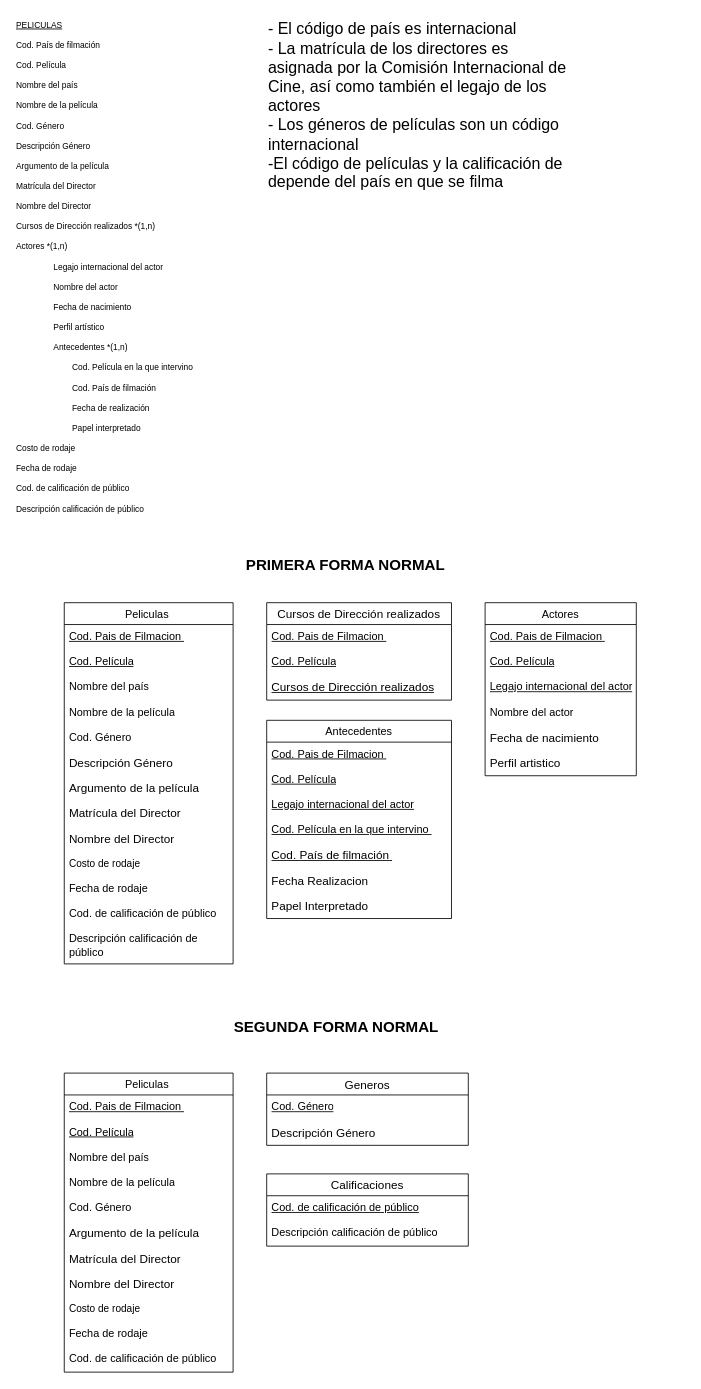
Above: DiagrapaPeliculas.drawio in Jose-AA/TP-PELICULAS-BASE-DE-DATOS (draw.io), before the change. Source tidied: cells renumbered, new cells numbered last; positions are measured from the earlier drawing's top-left corner, leaving out a move shared by most shapes. Both pictures are drawn from the tidied source at 84%, with x=0, y=0 at pixel (14, 14).
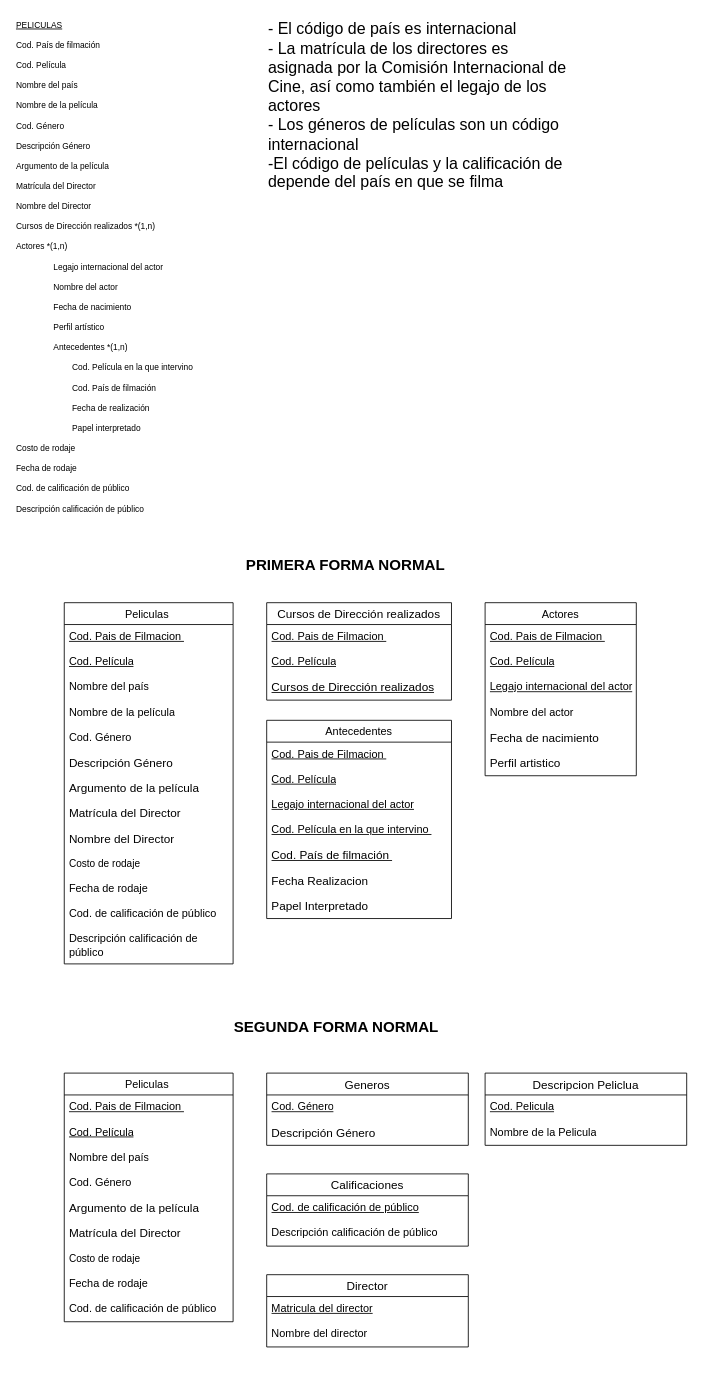
The same diagram, later.

Change to the diagram source:
```diff
@@
     <mxCell id="39" value="Peliculas " style="swimlane;fontStyle=0;horizontal=1;startSize=26;align=center;fontSize=13;" parent="1" vertex="1">
-      <mxGeometry x="59" y="1260" width="201" height="356" as="geometry" />
+      <mxGeometry x="59" y="1260" width="201" height="296" as="geometry" />
     </mxCell>
@@
-    <mxCell id="43" value="&lt;span style=&quot;font-size: 13px;&quot;&gt;Nombre de la película&lt;/span&gt;" style="text;strokeColor=none;fillColor=none;spacingLeft=4;spacingRight=4;overflow=hidden;fontSize=13;whiteSpace=wrap;html=1;" parent="39" vertex="1">
-      <mxGeometry y="116" width="201" height="30" as="geometry" />
-    </mxCell>
     <mxCell id="44" value="&lt;span style=&quot;font-size: 13px;&quot;&gt;Cod. Género&lt;/span&gt;" style="text;strokeColor=none;fillColor=none;spacingLeft=4;spacingRight=4;overflow=hidden;fontSize=13;whiteSpace=wrap;html=1;" parent="39" vertex="1">
-      <mxGeometry y="146" width="201" height="30" as="geometry" />
+      <mxGeometry y="116" width="201" height="30" as="geometry" />
     </mxCell>
     <mxCell id="45" value="&lt;span style=&quot;font-size: 14px;&quot;&gt;Argumento de la película&lt;/span&gt;" style="text;strokeColor=none;fillColor=none;spacingLeft=4;spacingRight=4;overflow=hidden;fontSize=14;whiteSpace=wrap;html=1;" parent="39" vertex="1">
-      <mxGeometry y="176" width="201" height="30" as="geometry" />
+      <mxGeometry y="146" width="201" height="30" as="geometry" />
     </mxCell>
     <mxCell id="46" value="&lt;font style=&quot;font-size: 14px;&quot;&gt;Matrícula del Director&lt;/font&gt;" style="text;strokeColor=none;fillColor=none;spacingLeft=4;spacingRight=4;overflow=hidden;fontSize=13;whiteSpace=wrap;html=1;" parent="39" vertex="1">
-      <mxGeometry y="206" width="201" height="30" as="geometry" />
+      <mxGeometry y="176" width="201" height="30" as="geometry" />
     </mxCell>
-    <mxCell id="47" value="&lt;font style=&quot;font-size: 14px;&quot;&gt;Nombre del Director&lt;/font&gt;" style="text;strokeColor=none;fillColor=none;spacingLeft=4;spacingRight=4;overflow=hidden;fontSize=13;whiteSpace=wrap;html=1;" parent="39" vertex="1">
-      <mxGeometry y="236" width="201" height="30" as="geometry" />
-    </mxCell>
     <mxCell id="48" value="Costo de rodaje" style="text;strokeColor=none;fillColor=none;align=left;verticalAlign=middle;spacingLeft=4;spacingRight=4;overflow=hidden;whiteSpace=wrap;html=1;" parent="39" vertex="1">
-      <mxGeometry y="266" width="201" height="30" as="geometry" />
+      <mxGeometry y="206" width="201" height="30" as="geometry" />
     </mxCell>
     <mxCell id="49" value="Fecha de rodaje" style="text;strokeColor=none;fillColor=none;spacingLeft=4;spacingRight=4;overflow=hidden;fontSize=13;whiteSpace=wrap;html=1;" parent="39" vertex="1">
-      <mxGeometry y="296" width="201" height="30" as="geometry" />
+      <mxGeometry y="236" width="201" height="30" as="geometry" />
     </mxCell>
     <mxCell id="50" value="Cod. de calificación de público" style="text;strokeColor=none;fillColor=none;spacingLeft=4;spacingRight=4;overflow=hidden;fontSize=13;whiteSpace=wrap;html=1;" parent="39" vertex="1">
-      <mxGeometry y="326" width="201" height="30" as="geometry" />
+      <mxGeometry y="266" width="201" height="30" as="geometry" />
     </mxCell>
@@
+    <mxCell id="57" value="Director" style="swimlane;fontStyle=0;horizontal=1;startSize=26;align=center;fontSize=14;" parent="1" vertex="1">
+      <mxGeometry x="300" y="1500" width="240" height="86" as="geometry" />
+    </mxCell>
+    <mxCell id="58" value="&lt;span style=&quot;font-size: 13px;&quot;&gt;&lt;u&gt;Matricula del director&lt;/u&gt;&lt;/span&gt;" style="text;strokeColor=none;fillColor=none;spacingLeft=4;spacingRight=4;overflow=hidden;fontSize=12;whiteSpace=wrap;html=1;" parent="57" vertex="1">
+      <mxGeometry y="26" width="240" height="30" as="geometry" />
+    </mxCell>
+    <mxCell id="59" value="&lt;span style=&quot;font-size: 13px;&quot;&gt;Nombre del director&amp;nbsp;&lt;/span&gt;" style="text;strokeColor=none;fillColor=none;spacingLeft=4;spacingRight=4;overflow=hidden;fontSize=12;whiteSpace=wrap;html=1;" parent="57" vertex="1">
+      <mxGeometry y="56" width="240" height="30" as="geometry" />
+    </mxCell>
+    <mxCell id="60" value="Descripcion Peliclua" style="swimlane;fontStyle=0;horizontal=1;startSize=26;align=center;fontSize=14;" parent="1" vertex="1">
+      <mxGeometry x="560" y="1260" width="240" height="86" as="geometry" />
+    </mxCell>
+    <mxCell id="61" value="&lt;span style=&quot;font-size: 13px;&quot;&gt;&lt;u&gt;Cod. Pelicula&lt;/u&gt;&lt;/span&gt;" style="text;strokeColor=none;fillColor=none;spacingLeft=4;spacingRight=4;overflow=hidden;fontSize=12;whiteSpace=wrap;html=1;" parent="60" vertex="1">
+      <mxGeometry y="26" width="240" height="30" as="geometry" />
+    </mxCell>
+    <mxCell id="62" value="&lt;span style=&quot;font-size: 13px;&quot;&gt;Nombre de la Pelicula&lt;/span&gt;" style="text;strokeColor=none;fillColor=none;spacingLeft=4;spacingRight=4;overflow=hidden;fontSize=12;whiteSpace=wrap;html=1;" parent="60" vertex="1">
+      <mxGeometry y="56" width="240" height="30" as="geometry" />
+    </mxCell>
```
